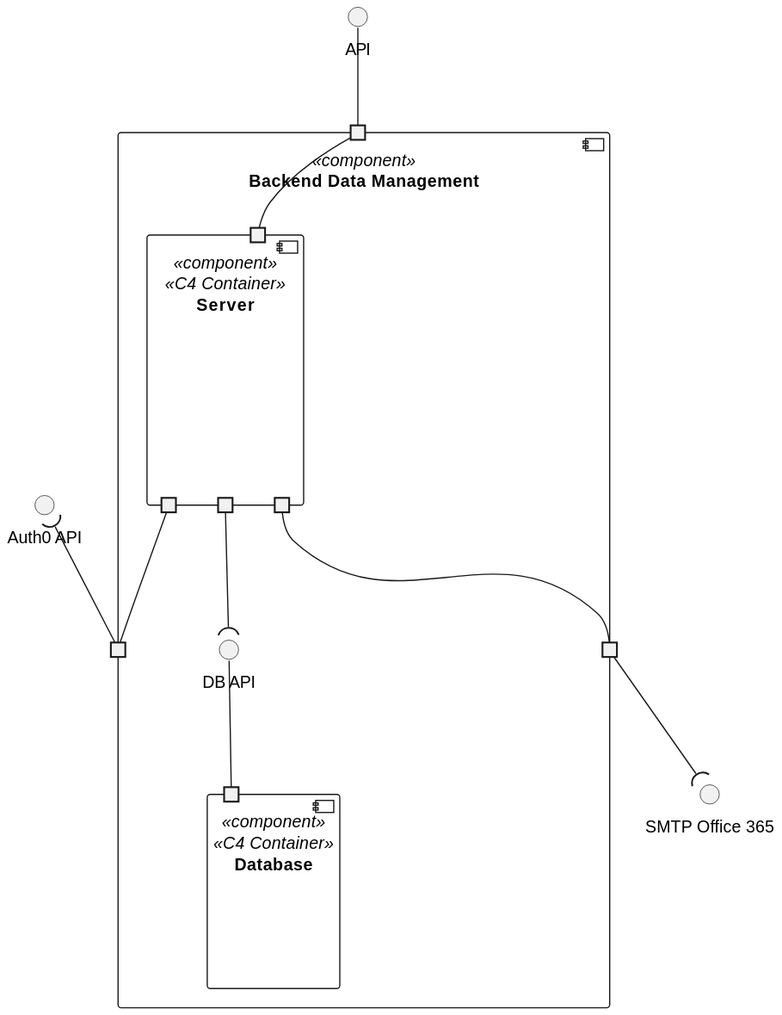
Earlier version of the PlantUML export docs/views/level3/server/logic-view.svg (1220846/sem5pi-24-25-3ddg20). Source of this version:
```plantuml
@startuml
top to bottom direction

interface "API" as API
interface "Auth0 API" as A0API
interface "SMTP Office 365" as SMTP_Office_365

component "Backend Data Management" <<component>>{
    () "DB API" as DBAPI
    portin " " as PI
    portout " " as SARMPO1
    portout " " as SARMPO2

    component "Server" <<component>> <<C4 Container>>{
        portin " " as SVPI
        portout " " as SVPO
        portout " " as SVPO1
        portout " " as SVPO2
    }

    component "Database" <<component>> <<C4 Container>>{
        portin " " as DBPI
    }

}

API -- PI
PI -- SVPI
SVPO --( DBAPI
DBPI -U- DBAPI
SVPO1 -- SARMPO1
SARMPO1 -u-( A0API

SARMPO2 --( SMTP_Office_365
SVPO2 -- SARMPO2
@enduml
```
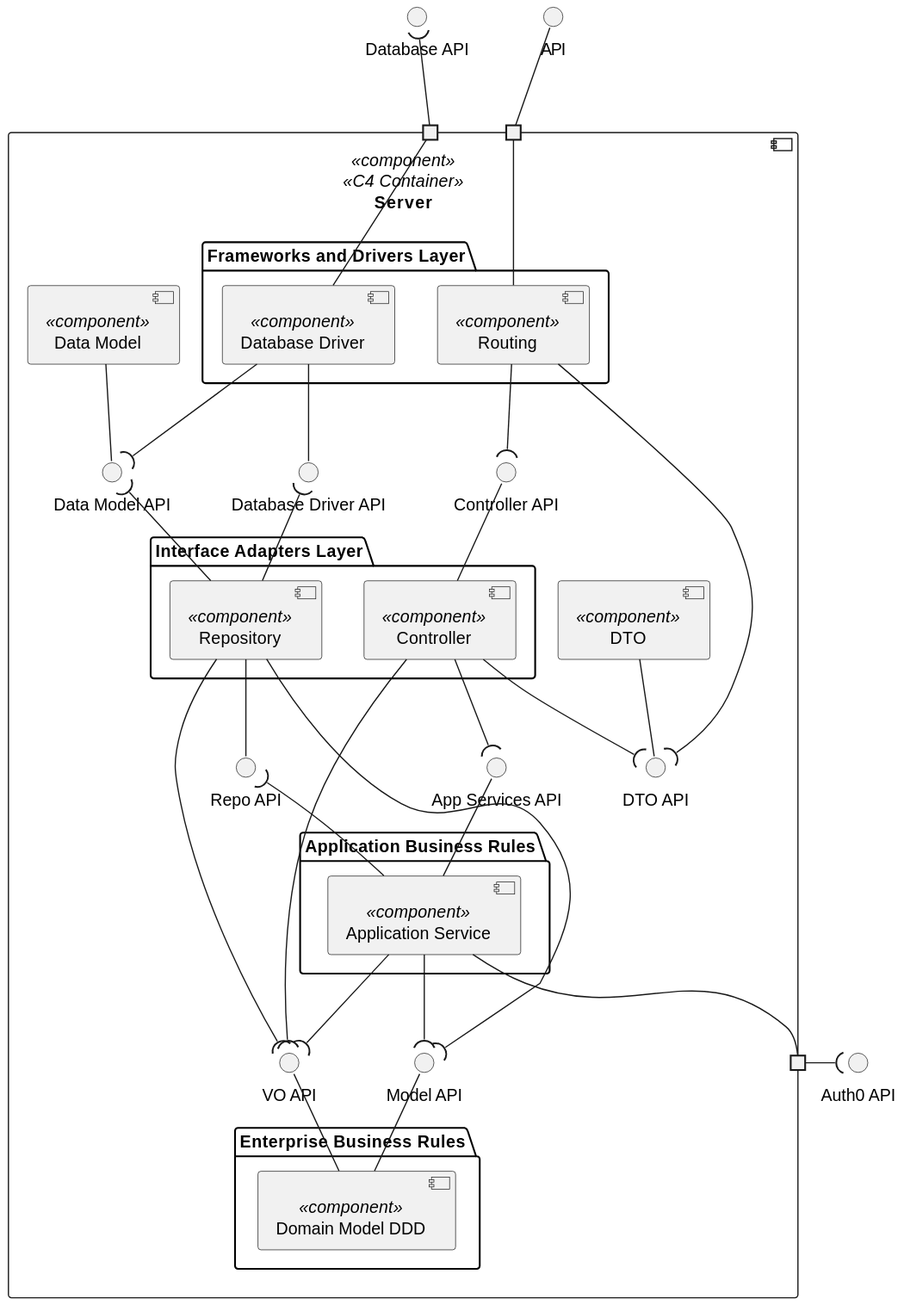
After the change.

What changed in the source:
```diff
@@ -3,34 +3,87 @@
 
 interface "API" as API
 interface "Auth0 API" as A0API
-interface "SMTP Office 365" as SMTP_Office_365
+interface "Database API" as DB_API
 
-component "Backend Data Management" <<component>>{
-    () "DB API" as DBAPI
-    portin " " as PI
-    portout " " as SARMPO1
-    portout " " as SARMPO2
+component "Server" as Server <<component>> <<C4 Container>> {
+  portin " " as P1
+  portin " " as P2
+  portout " " as P3
 
-    component "Server" <<component>> <<C4 Container>>{
-        portin " " as SVPI
-        portout " " as SVPO
-        portout " " as SVPO1
-        portout " " as SVPO2
+  Interface "Controller API" as Controller_API
+  Interface "Data Model API" as DataModel_API
+
+  folder "Frameworks and Drivers Layer" {
+    component "Database Driver" as DatabaseDriver <<component>> {
     }
+    component "Routing" as Routing <<component>> {
+    }
+  }
 
-    component "Database" <<component>> <<C4 Container>>{
-        portin " " as DBPI
+  component "DTO" as DTO <<component>> {
+  }
+
+  component "Data Model" as DataModel <<component>> {
+  }
+
+  Interface "App Services API" AS ApplicationServiceAPI
+  Interface "Database Driver API" AS DatabaseDriverAPI
+  Interface "Repo API" AS RepoAPI
+  Interface "DTO API" AS DTOAPI
+  Interface "Model API" AS ModelAPI
+  Interface "VO API" AS VOAPI
+
+  folder "Interface Adapters Layer" {
+    component "Controller" as Controller <<component>> {
     }
+    component "Repository" as Repository <<component>> {
+    }
+  }
 
+  folder "Application Business Rules" {
+    component "Application Service" as ApplicationService <<component>> {
+    }
+  }
+
+  folder "Enterprise Business Rules" {
+    component "Domain Model DDD" as DomainModelDDD <<component>> {
+    }
+  }
 }
 
-API -- PI
-PI -- SVPI
-SVPO --( DBAPI
-DBPI -U- DBAPI
-SVPO1 -- SARMPO1
-SARMPO1 -u-( A0API
+API -- P1
+P2 -u-( DB_API
+P3 --r-( A0API
 
-SARMPO2 --( SMTP_Office_365
-SVPO2 -- SARMPO2
+Routing --- P1
+Routing --( Controller_API
+Routing --( DTOAPI
+
+DatabaseDriver -- DatabaseDriverAPI
+DatabaseDriver -- P2
+DatabaseDriver --( DataModel_API
+
+Repository -- RepoAPI
+Repository -u-( DatabaseDriverAPI
+Repository -u-( DataModel_API
+Repository --( VOAPI
+Repository ---( ModelAPI
+
+DataModel -- DataModel_API
+
+Controller --( ApplicationServiceAPI
+Controller -u- Controller_API
+Controller --( DTOAPI
+Controller --( VOAPI
+
+ApplicationService -u- ApplicationServiceAPI
+ApplicationService -- P3
+ApplicationService --( VOAPI
+ApplicationService -u-( RepoAPI
+ApplicationService --( ModelAPI
+
+DTO -- DTOAPI
+
+DomainModelDDD -u- ModelAPI
+DomainModelDDD -u- VOAPI
 @enduml
```
